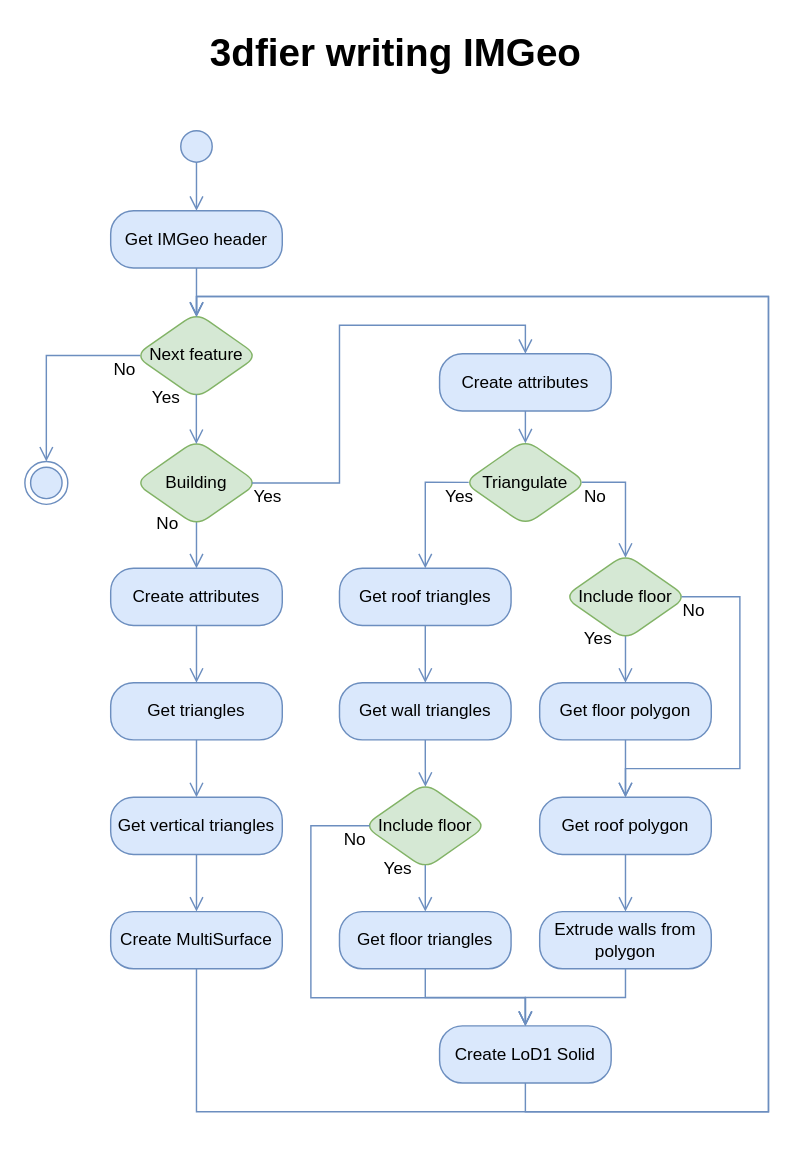
This is resources/flowdiagrams/3dfier_writing_model_imgeo.drawio from tudelft3d/3dfier, a draw.io file, before an edit. Source tidied: cells renumbered, new cells numbered last; positions are measured from the earlier drawing's top-left corner, leaving out a move shared by most shapes. Both pictures are drawn from the tidied source at 143%, with x=0, y=0 at pixel (24, 24).
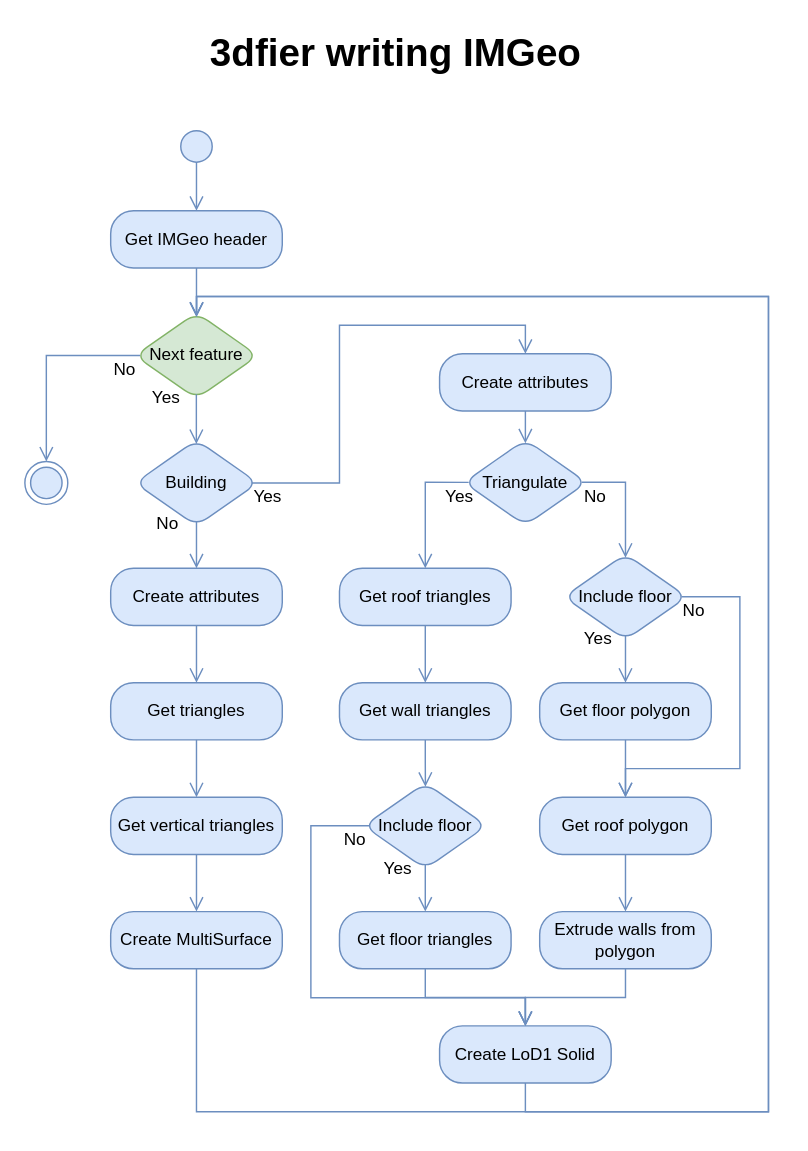
After the change.

Change to the diagram source:
```diff
@@
-    <mxCell id="12" value="Building" style="rhombus;whiteSpace=wrap;html=1;fillColor=#d5e8d4;strokeColor=#82b366;rounded=1;shadow=0;strokeWidth=1;perimeterSpacing=0;" parent="1" vertex="1">
+    <mxCell id="12" value="Building" style="rhombus;whiteSpace=wrap;html=1;fillColor=#dae8fc;strokeColor=#6c8ebf;rounded=1;shadow=0;strokeWidth=1;perimeterSpacing=0;" parent="1" vertex="1">
       <mxGeometry x="76.9" y="290.2" width="86" height="60" as="geometry" />
     </mxCell>
@@
-    <mxCell id="16" value="Include floor" style="rhombus;whiteSpace=wrap;html=1;fillColor=#d5e8d4;strokeColor=#82b366;rounded=1;shadow=0;strokeWidth=1;perimeterSpacing=0;" parent="1" vertex="1">
+    <mxCell id="16" value="Include floor" style="rhombus;whiteSpace=wrap;html=1;fillColor=#dae8fc;strokeColor=#6c8ebf;rounded=1;shadow=0;strokeWidth=1;perimeterSpacing=0;" parent="1" vertex="1">
       <mxGeometry x="236.9" y="530" width="86" height="60" as="geometry" />
     </mxCell>
@@
-    <mxCell id="39" value="Triangulate" style="rhombus;whiteSpace=wrap;html=1;fillColor=#d5e8d4;strokeColor=#82b366;rounded=1;shadow=0;strokeWidth=1;perimeterSpacing=0;" parent="1" vertex="1">
+    <mxCell id="39" value="Triangulate" style="rhombus;whiteSpace=wrap;html=1;fillColor=#dae8fc;strokeColor=#6c8ebf;rounded=1;shadow=0;strokeWidth=1;perimeterSpacing=0;" parent="1" vertex="1">
       <mxGeometry x="306.9" y="289.9" width="86" height="60" as="geometry" />
     </mxCell>
@@
-    <mxCell id="45" value="Include floor" style="rhombus;whiteSpace=wrap;html=1;fillColor=#d5e8d4;strokeColor=#82b366;rounded=1;shadow=0;strokeWidth=1;perimeterSpacing=0;" parent="1" vertex="1">
+    <mxCell id="45" value="Include floor" style="rhombus;whiteSpace=wrap;html=1;fillColor=#dae8fc;strokeColor=#6c8ebf;rounded=1;shadow=0;strokeWidth=1;perimeterSpacing=0;" parent="1" vertex="1">
       <mxGeometry x="376.9" y="369.9" width="86" height="60" as="geometry" />
     </mxCell>
```
